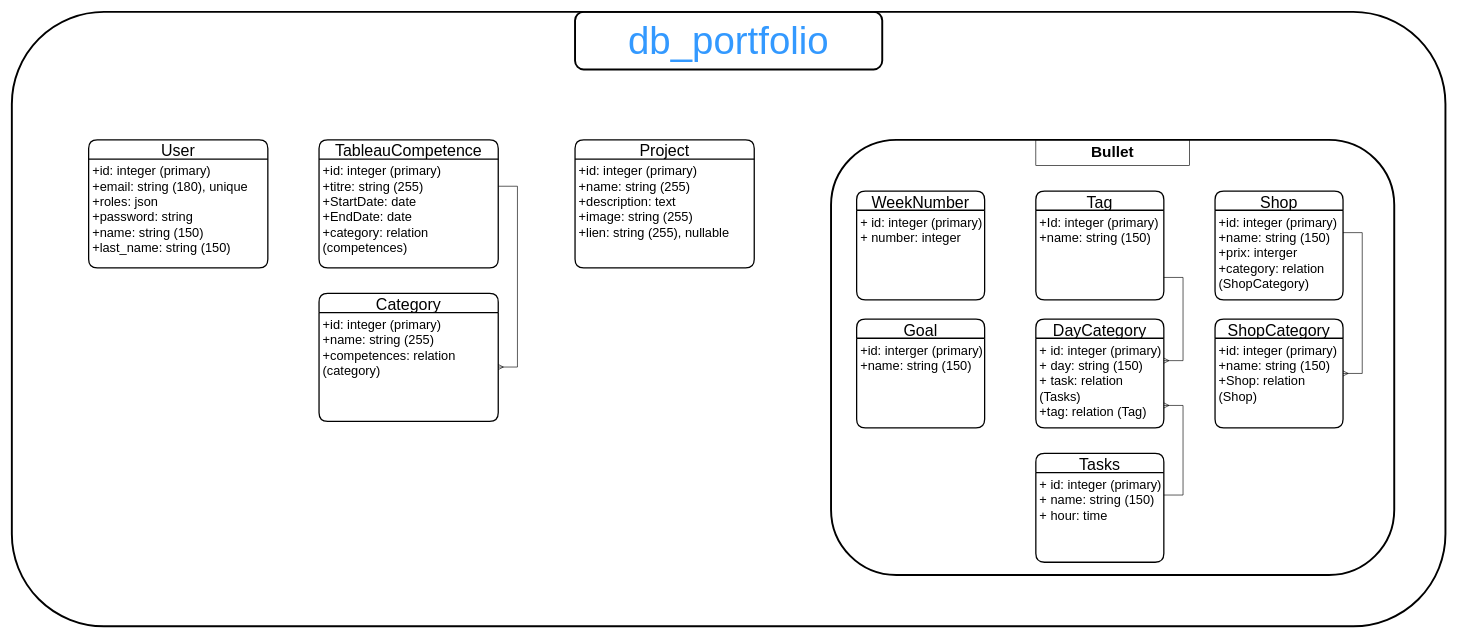
This is public/portfolio.drawio from gwendvr/Portfolio-Gwen, a draw.io file, before an edit. Source tidied: cells renumbered, new cells numbered last; positions are measured from the earlier drawing's top-left corner, leaving out a move shared by most shapes. Both pictures are drawn from the tidied source at 64%, with x=0, y=0 at pixel (12, 12).
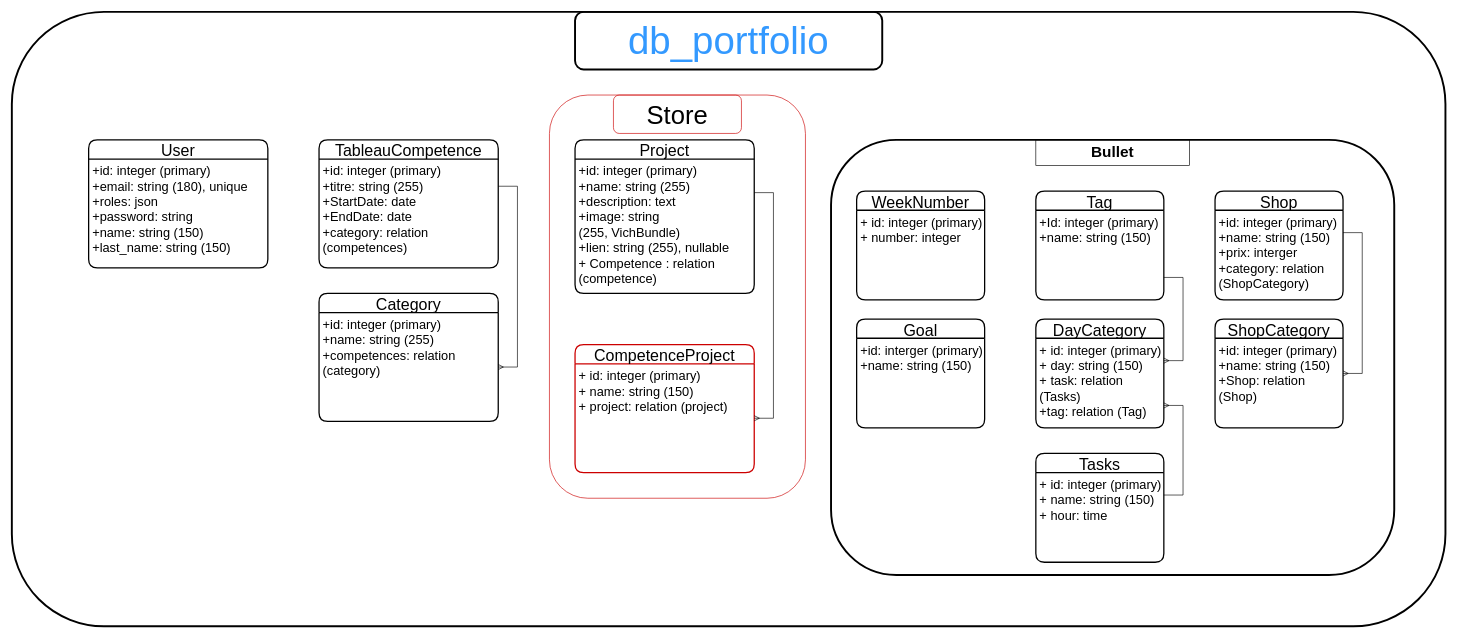
After the change.

Change to the diagram source:
```diff
@@
     <mxCell id="26" value="Project" style="swimlane;horizontal=1;startSize=30;rounded=1;fontSize=25;fontStyle=0;strokeWidth=2;shadow=0;dashed=0;align=center;fontFamily=Helvetica;fontColor=#000000;fillColor=none;" parent="1" vertex="1">
-      <mxGeometry x="880" y="200" width="280" height="200" as="geometry" />
+      <mxGeometry x="880" y="200" width="280" height="240" as="geometry" />
     </mxCell>
-    <mxCell id="27" value="+id: integer (primary)&#10;+name: string (255)&#10;+description: text&#10;+image: string (255)&#10;+lien: string (255), nullable" style="align=left;strokeColor=none;fillColor=none;spacingLeft=4;fontSize=20;verticalAlign=top;fontFamily=Helvetica;fontColor=#000000;" parent="26" vertex="1">
-      <mxGeometry y="30" width="280" height="170" as="geometry" />
+    <mxCell id="27" value="+id: integer (primary)&#10;+name: string (255)&#10;+description: text&#10;+image: string&#10;(255, VichBundle)&#10;+lien: string (255), nullable&#10;+ Competence : relation&#10;(competence)" style="align=left;strokeColor=none;fillColor=none;spacingLeft=4;fontSize=20;verticalAlign=top;fontFamily=Helvetica;fontColor=#000000;" parent="26" vertex="1">
+      <mxGeometry y="30" width="280" height="210" as="geometry" />
     </mxCell>
@@
+    <mxCell id="32" value="CompetenceProject" style="swimlane;horizontal=1;startSize=30;rounded=1;fontSize=25;fontStyle=0;strokeWidth=2;shadow=0;dashed=0;align=center;fontFamily=Helvetica;fontColor=#000000;fillColor=none;strokeColor=#CC0000;" parent="1" vertex="1">
+      <mxGeometry x="880" y="520" width="280" height="200" as="geometry" />
+    </mxCell>
+    <mxCell id="33" value="+ id: integer (primary)&#10;+ name: string (150)&#10;+ project: relation (project)" style="align=left;strokeColor=none;fillColor=none;spacingLeft=4;fontSize=20;verticalAlign=top;fontFamily=Helvetica;fontColor=#000000;" parent="32" vertex="1">
+      <mxGeometry y="30" width="280" height="170" as="geometry" />
+    </mxCell>
+    <mxCell id="34" style="edgeStyle=entityRelationEdgeStyle;fontSize=12;html=1;endArrow=ERmany;rounded=0;exitX=1;exitY=0.25;exitDx=0;exitDy=0;" parent="1" edge="1" source="27" target="33">
+      <mxGeometry relative="1" as="geometry" />
+    </mxCell>
+    <mxCell id="35" style="rounded=1;whiteSpace=wrap;html=1;strokeColor=#CC0000;fillColor=none;" parent="1" vertex="1">
+      <mxGeometry x="840" y="130" width="400" height="630" as="geometry" />
+    </mxCell>
+    <mxCell id="36" value="&lt;font style=&quot;font-size: 40px&quot;&gt;Store&lt;/font&gt;" style="rounded=1;whiteSpace=wrap;html=1;strokeColor=#CC0000;fillColor=none;" parent="1" vertex="1">
+      <mxGeometry x="940" y="130" width="200" height="60" as="geometry" />
+    </mxCell>
```
